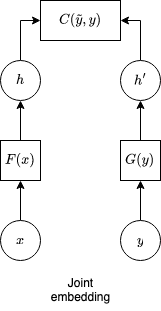
Before: machine_learning/diagrams/joint_embedding.drawio.png, a diagram exported from draw.io (analytiq-hub/sigagent.github.io). Source tidied: cells renumbered, new cells last; positions are measured from the earlier drawing's top-left corner, leaving out a move shared by most shapes.
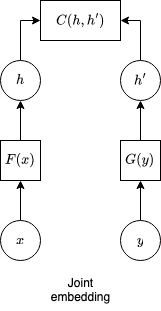
The same diagram one commit later.

Change to the diagram source:
```diff
@@ -44,7 +44,7 @@
     <mxCell id="15" value="$$h'$$" style="ellipse;whiteSpace=wrap;html=1;" parent="1" vertex="1">
       <mxGeometry x="120" y="60" width="40" height="40" as="geometry" />
     </mxCell>
-    <mxCell id="16" value="$$C(\tilde{y},y)$$" style="rounded=0;whiteSpace=wrap;html=1;" parent="1" vertex="1">
+    <mxCell id="16" value="$$C(h,h')$$" style="rounded=0;whiteSpace=wrap;html=1;" parent="1" vertex="1">
       <mxGeometry x="40" width="80" height="40" as="geometry" />
     </mxCell>
   </root>
```
